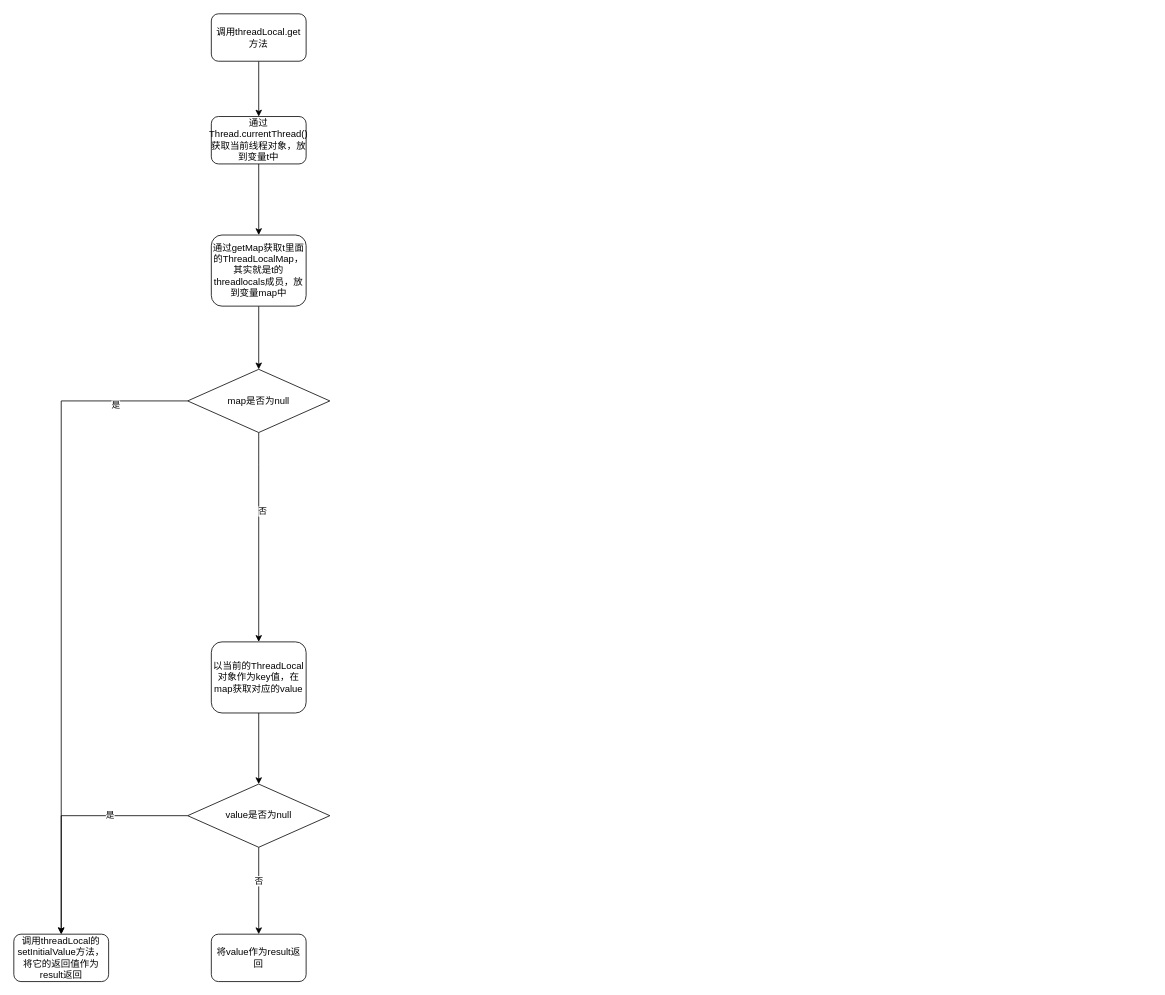
benbenbo/my-draw-doc keeps this draw.io diagram as page "get方法和set方法实现" (1 of 2) of 技术原理图/Java/多线程工具ThreadLocal/ThreadLocal的数据存取过程.drawio. Above is the earlier version. Source tidied: cells renumbered, new cells numbered last; positions are measured from the earlier drawing's top-left corner, leaving out a move shared by most shapes. Both pictures are drawn from the tidied source at 79%, with x=0, y=0 at pixel (13, 13).
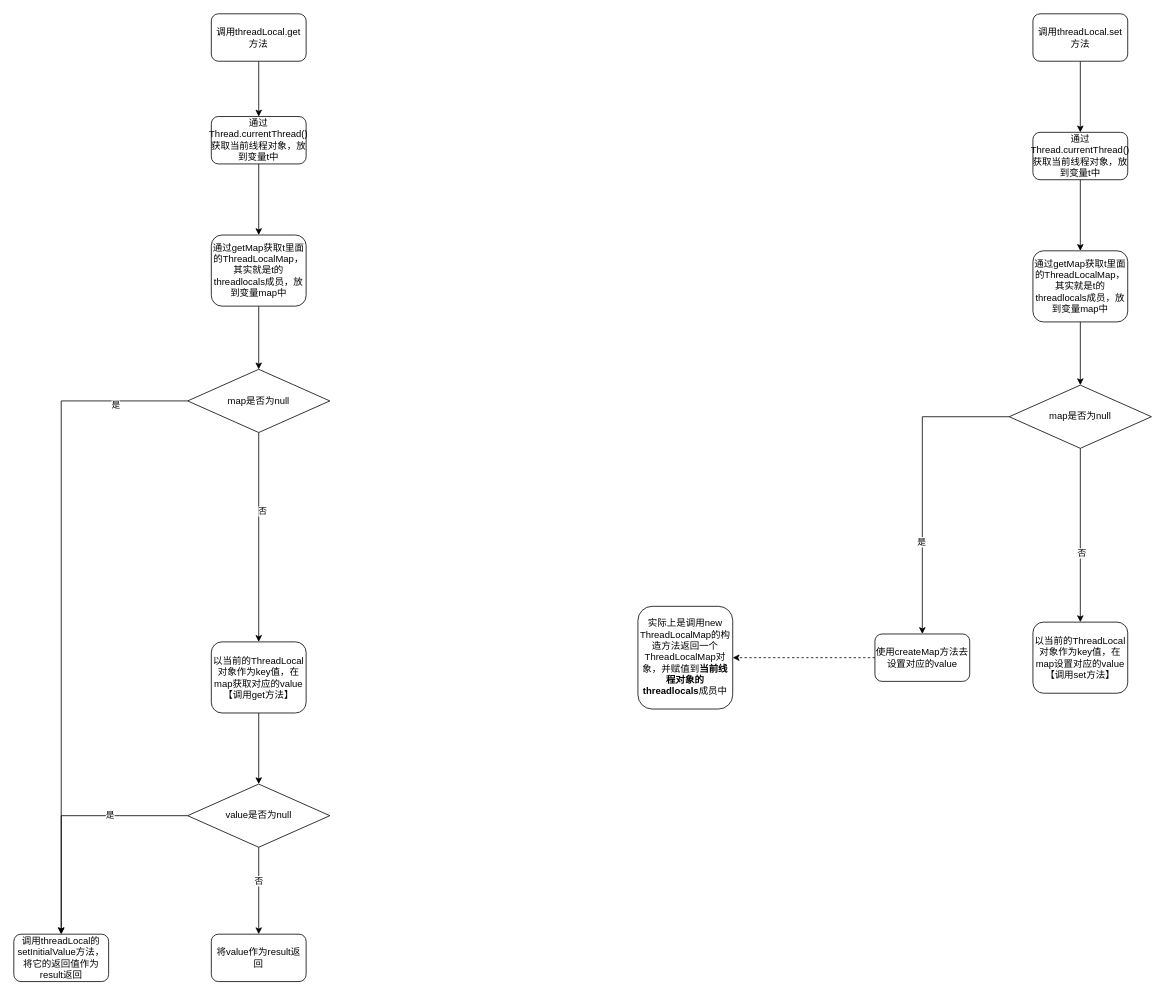
The same diagram, later.

What changed in the source:
```diff
@@
-    <mxCell id="14" value="以当前的ThreadLocal对象作为key值，在map获取对应的value" style="rounded=1;whiteSpace=wrap;html=1;" parent="1" vertex="1">
+    <mxCell id="14" value="以当前的ThreadLocal对象作为key值，在map获取对应的value【调用get方法】" style="rounded=1;whiteSpace=wrap;html=1;" parent="1" vertex="1">
       <mxGeometry x="250" y="795" width="120" height="90" as="geometry" />
     </mxCell>
@@
+    <mxCell id="22" style="edgeStyle=orthogonalEdgeStyle;rounded=0;jettySize=auto;html=1;" parent="1" edge="1" source="23" target="25">
+      <mxGeometry relative="1" as="geometry" />
+    </mxCell>
+    <mxCell id="23" value="调用threadLocal.set方法" style="rounded=1;whiteSpace=wrap;html=1;" parent="1" vertex="1">
+      <mxGeometry x="1290" width="120" height="60" as="geometry" />
+    </mxCell>
+    <mxCell id="24" style="edgeStyle=orthogonalEdgeStyle;rounded=0;jettySize=auto;html=1;" parent="1" edge="1" source="25" target="27">
+      <mxGeometry relative="1" as="geometry" />
+    </mxCell>
+    <mxCell id="25" value="通过Thread.currentThread()获取当前线程对象，放到变量t中" style="rounded=1;whiteSpace=wrap;html=1;" parent="1" vertex="1">
+      <mxGeometry x="1290" y="150" width="120" height="60" as="geometry" />
+    </mxCell>
+    <mxCell id="26" style="edgeStyle=orthogonalEdgeStyle;rounded=0;jettySize=auto;html=1;" parent="1" edge="1" source="27" target="32">
+      <mxGeometry relative="1" as="geometry" />
+    </mxCell>
+    <mxCell id="27" value="通过getMap获取t里面的ThreadLocalMap，其实就是t的threadlocals成员，放到变量map中" style="rounded=1;whiteSpace=wrap;html=1;" parent="1" vertex="1">
+      <mxGeometry x="1290" y="300" width="120" height="90" as="geometry" />
+    </mxCell>
+    <mxCell id="28" style="edgeStyle=orthogonalEdgeStyle;rounded=0;jettySize=auto;html=1;" parent="1" edge="1" source="32" target="33">
+      <mxGeometry relative="1" as="geometry" />
+    </mxCell>
+    <mxCell id="29" value="否" style="edgeLabel;html=1;align=center;verticalAlign=middle;" parent="28" vertex="1">
+      <mxGeometry x="0.2" y="1" relative="1" as="geometry" />
+    </mxCell>
+    <mxCell id="30" style="edgeStyle=orthogonalEdgeStyle;rounded=0;jettySize=auto;html=1;" parent="1" edge="1" source="32" target="35">
+      <mxGeometry relative="1" as="geometry" />
+    </mxCell>
+    <mxCell id="31" value="是" style="edgeLabel;html=1;align=center;verticalAlign=middle;" parent="30" vertex="1">
+      <mxGeometry x="0.39" y="-2" relative="1" as="geometry" />
+    </mxCell>
+    <mxCell id="32" value="map是否为null" style="rhombus;whiteSpace=wrap;html=1;" parent="1" vertex="1">
+      <mxGeometry x="1260" y="470" width="180" height="80" as="geometry" />
+    </mxCell>
+    <mxCell id="33" value="以当前的ThreadLocal对象作为key值，在map设置对应的value【调用set方法】" style="rounded=1;whiteSpace=wrap;html=1;" parent="1" vertex="1">
+      <mxGeometry x="1290" y="770" width="120" height="90" as="geometry" />
+    </mxCell>
+    <mxCell id="34" style="edgeStyle=orthogonalEdgeStyle;rounded=0;jettySize=auto;html=1;dashed=1;" parent="1" edge="1" source="35" target="36">
+      <mxGeometry relative="1" as="geometry" />
+    </mxCell>
+    <mxCell id="35" value="使用createMap方法去设置对应的value" style="rounded=1;whiteSpace=wrap;html=1;" parent="1" vertex="1">
+      <mxGeometry x="1090" y="785" width="120" height="60" as="geometry" />
+    </mxCell>
+    <mxCell id="36" value="实际上是调用new ThreadLocalMap的构造方法返回一个ThreadLocalMap对象，并赋值到&lt;b&gt;当前线程对象的threadlocals&lt;/b&gt;成员中" style="rounded=1;whiteSpace=wrap;html=1;" parent="1" vertex="1">
+      <mxGeometry x="790" y="750" width="120" height="130" as="geometry" />
+    </mxCell>
```
